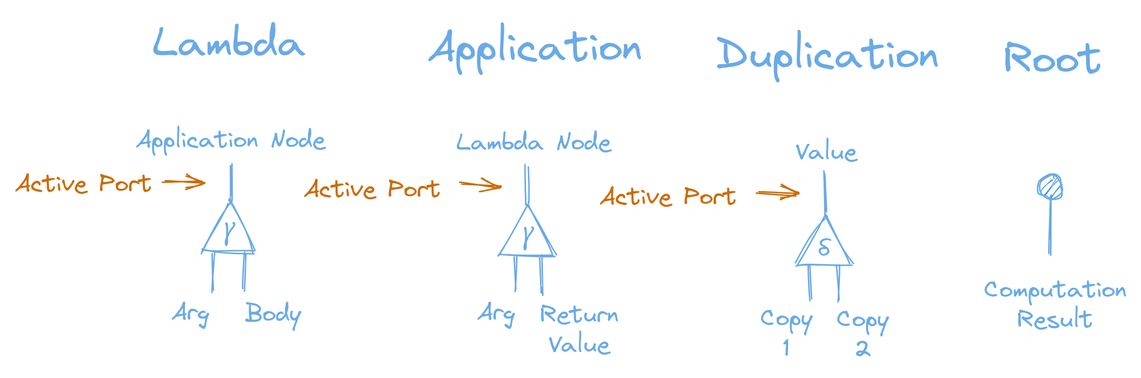
The Excalidraw diagram content/interaction-nets-combinators-calculus/lambda-nodes.excalidraw.png in zicklag/blog, before a commit. Source tidied: one line per element, renumbered; positions are measured from the earlier drawing's top-left corner, leaving out a move shared by most shapes.
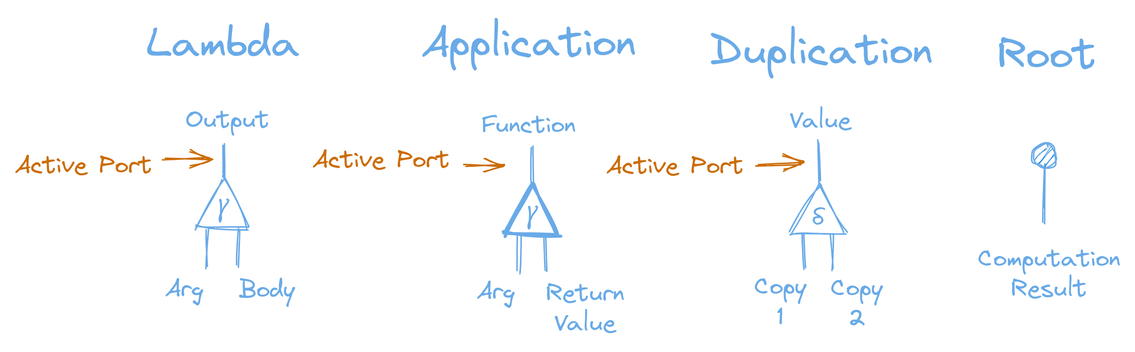
Later version of the same file.

Commit message:
fix: clarify lambda node ports.

Diff of the diagram source:
```diff
@@ -1,37 +1,37 @@
-{"id": 0, "type": "text", "text": "Lambda", "strokeColor": "#1864ab", "strokeWidth": 1, "roughness": 1, "fontSize": 28, "fontFamily": 1, "textAlign": "center", "x": 92, "y": 0, "width": 102, "height": 35}
+{"id": 0, "type": "text", "text": "Lambda", "strokeColor": "#1864ab", "strokeWidth": 1, "roughness": 1, "fontSize": 28, "fontFamily": 1, "textAlign": "center", "x": 97, "y": 18, "width": 102, "height": 35}
-{"id": 1, "type": "text", "text": "Arg", "strokeColor": "#1864ab", "strokeWidth": 1, "roughness": 1, "fontSize": 16, "fontFamily": 1, "textAlign": "center", "x": 104, "y": 188, "width": 25, "height": 20}
+{"id": 1, "type": "text", "text": "Arg", "strokeColor": "#1864ab", "strokeWidth": 1, "roughness": 1, "fontSize": 16, "fontFamily": 1, "textAlign": "center", "x": 109, "y": 190, "width": 25, "height": 20}
-{"id": 2, "type": "text", "text": "Body", "strokeColor": "#1864ab", "strokeWidth": 1, "roughness": 1, "fontSize": 16, "fontFamily": 1, "textAlign": "center", "x": 153, "y": 189, "width": 37, "height": 20}
+{"id": 2, "type": "text", "text": "Body", "strokeColor": "#1864ab", "strokeWidth": 1, "roughness": 1, "fontSize": 16, "fontFamily": 1, "textAlign": "center", "x": 158, "y": 191, "width": 37, "height": 20}
-{"id": 3, "type": "text", "text": "Application", "strokeColor": "#1864ab", "strokeWidth": 1, "roughness": 1, "fontSize": 28, "fontFamily": 1, "textAlign": "center", "x": 275, "y": 3, "width": 143, "height": 35}
+{"id": 3, "type": "text", "text": "Application", "strokeColor": "#1864ab", "strokeWidth": 1, "roughness": 1, "fontSize": 28, "fontFamily": 1, "textAlign": "center", "x": 280, "y": 18, "width": 143, "height": 35}
-{"id": 4, "type": "text", "text": "Duplication", "strokeColor": "#1864ab", "strokeWidth": 1, "roughness": 1, "fontSize": 28, "fontFamily": 1, "textAlign": "center", "x": 467, "y": 8, "width": 148, "height": 35}
+{"id": 4, "type": "text", "text": "Duplication", "strokeColor": "#1864ab", "strokeWidth": 1, "roughness": 1, "fontSize": 28, "fontFamily": 1, "textAlign": "center", "x": 472, "y": 23, "width": 148, "height": 35}
-{"id": 5, "type": "text", "text": "Value", "strokeColor": "#1864ab", "strokeWidth": 1, "roughness": 1, "fontSize": 16, "fontFamily": 1, "textAlign": "center", "x": 521, "y": 81, "width": 41, "height": 20}
+{"id": 5, "type": "text", "text": "Value", "strokeColor": "#1864ab", "strokeWidth": 1, "roughness": 1, "fontSize": 16, "fontFamily": 1, "textAlign": "center", "x": 525, "y": 78, "width": 41, "height": 20}
-{"id": 6, "type": "text", "text": "Lambda Node", "strokeColor": "#1864ab", "strokeWidth": 1, "roughness": 1, "fontSize": 16, "fontFamily": 1, "textAlign": "center", "x": 294, "y": 74, "width": 103, "height": 20}
-{"id": 7, "type": "text", "text": "Application Node", "strokeColor": "#1864ab", "strokeWidth": 1, "roughness": 1, "fontSize": 16, "fontFamily": 1, "textAlign": "center", "x": 80, "y": 73, "width": 127, "height": 20}
+{"id": 7, "type": "text", "text": "Output", "strokeColor": "#1864ab", "strokeWidth": 1, "roughness": 1, "fontSize": 16, "fontFamily": 1, "textAlign": "center", "x": 123, "y": 77, "width": 56, "height": 20}
-{"id": 8, "type": "text", "text": "Root", "strokeColor": "#1864ab", "strokeWidth": 1, "roughness": 1, "fontSize": 28, "fontFamily": 1, "textAlign": "center", "x": 659, "y": 11, "width": 66, "height": 35}
+{"id": 8, "type": "text", "text": "Root", "strokeColor": "#1864ab", "strokeWidth": 1, "roughness": 1, "fontSize": 28, "fontFamily": 1, "textAlign": "center", "x": 664, "y": 26, "width": 66, "height": 35}
-{"id": 9, "type": "line", "strokeColor": "#1864ab", "angle": 6.27, "strokeWidth": 1, "roughness": 1, "round": true, "x": 690, "y": 160, "width": 0, "height": 39, "points": [[0, 0], [0, -39]]}
+{"id": 9, "type": "line", "strokeColor": "#1864ab", "angle": 6.27, "strokeWidth": 1, "roughness": 1, "round": true, "x": 695, "y": 157, "width": 0, "height": 39, "points": [[0, 0], [0, -39]]}
-{"id": 10, "type": "ellipse", "strokeColor": "#1864ab", "backgroundColor": "#228be6", "fillStyle": "hachure", "strokeWidth": 1, "roughness": 1, "round": true, "x": 683, "y": 107, "width": 15, "height": 15}
+{"id": 10, "type": "ellipse", "strokeColor": "#1864ab", "backgroundColor": "#228be6", "fillStyle": "hachure", "strokeWidth": 1, "roughness": 1, "round": true, "x": 687, "y": 105, "width": 15, "height": 15}
-{"id": 11, "type": "text", "text": "Computation\nResult", "strokeColor": "#1864ab", "strokeWidth": 1, "roughness": 1, "fontSize": 16, "fontFamily": 1, "textAlign": "center", "x": 646, "y": 173, "width": 95, "height": 40}
+{"id": 11, "type": "text", "text": "Computation\nResult", "strokeColor": "#1864ab", "strokeWidth": 1, "roughness": 1, "fontSize": 16, "fontFamily": 1, "textAlign": "center", "x": 651, "y": 170, "width": 95, "height": 40}
-{"id": 12, "type": "text", "text": "Active Port", "strokeColor": "#e67700", "backgroundColor": "#228be6", "fillStyle": "cross-hatch", "strokeWidth": 1, "roughness": 1, "fontSize": 16, "fontFamily": 1, "textAlign": "center", "x": 192, "y": 106, "width": 92, "height": 20}
+{"id": 12, "type": "text", "text": "Active Port", "strokeColor": "#e67700", "backgroundColor": "#228be6", "fillStyle": "cross-hatch", "strokeWidth": 1, "roughness": 1, "fontSize": 16, "fontFamily": 1, "textAlign": "center", "x": 207, "y": 104, "width": 92, "height": 20}
-{"id": 13, "type": "arrow", "strokeColor": "#e67700", "backgroundColor": "#228be6", "fillStyle": "cross-hatch", "strokeWidth": 1, "roughness": 1, "endArrowhead": "arrow", "round": true, "from": 14, "x": 99, "y": 112, "width": 26, "height": 0, "points": [[0, 0], [26, 0]]}
+{"id": 13, "type": "arrow", "strokeColor": "#e67700", "backgroundColor": "#228be6", "fillStyle": "cross-hatch", "strokeWidth": 1, "roughness": 1, "endArrowhead": "arrow", "round": true, "from": 14, "x": 108, "y": 115, "width": 31, "height": 1, "points": [[0, 0], [31, -1]]}
-{"id": 14, "type": "text", "text": "Active Port", "strokeColor": "#e67700", "backgroundColor": "#228be6", "fillStyle": "cross-hatch", "strokeWidth": 1, "roughness": 1, "fontSize": 16, "fontFamily": 1, "textAlign": "center", "x": 0, "y": 102, "width": 92, "height": 20}
+{"id": 14, "type": "text", "text": "Active Port", "strokeColor": "#e67700", "backgroundColor": "#228be6", "fillStyle": "cross-hatch", "strokeWidth": 1, "roughness": 1, "fontSize": 16, "fontFamily": 1, "textAlign": "center", "x": 9, "y": 108, "width": 92, "height": 20}
-{"id": 15, "type": "line", "strokeColor": "#1864ab", "angle": 6.29, "strokeWidth": 1, "roughness": 1, "x": 143, "y": 124, "width": 37, "height": 33, "points": [[0, 0], [-19, 33], [17, 33], [0, 0]]}
+{"id": 15, "type": "line", "strokeColor": "#1864ab", "angle": 6.29, "strokeWidth": 1, "roughness": 1, "x": 148, "y": 126, "width": 37, "height": 33, "points": [[0, 0], [-19, 33], [17, 33], [0, 0]]}
-{"id": 16, "type": "text", "text": "γ", "strokeColor": "#1864ab", "backgroundColor": "#ced4da", "fillStyle": "solid", "strokeWidth": 1, "roughness": 1, "fontSize": 16, "fontFamily": 1, "textAlign": "center", "x": 140, "y": 131, "width": 7, "height": 20}
+{"id": 16, "type": "text", "text": "γ", "strokeColor": "#1864ab", "backgroundColor": "#ced4da", "fillStyle": "solid", "strokeWidth": 1, "roughness": 1, "fontSize": 16, "fontFamily": 1, "textAlign": "center", "x": 145, "y": 133, "width": 7, "height": 20}
-{"id": 17, "type": "arrow", "strokeColor": "#1864ab", "backgroundColor": "#ced4da", "fillStyle": "solid", "strokeWidth": 1, "roughness": 1, "round": true, "from": 16, "to": 7, "x": 144, "y": 124, "width": 1, "height": 24, "points": [[0, 0], [1, -24]]}
+{"id": 17, "type": "arrow", "strokeColor": "#1864ab", "backgroundColor": "#ced4da", "fillStyle": "solid", "strokeWidth": 1, "roughness": 1, "round": true, "from": 16, "to": 7, "x": 148, "y": 126, "width": 1, "height": 21, "points": [[0, 0], [1, -21]]}
-{"id": 18, "type": "arrow", "strokeColor": "#1864ab", "backgroundColor": "#ced4da", "fillStyle": "solid", "strokeWidth": 1, "roughness": 1, "round": true, "from": 16, "to": 2, "x": 153, "y": 159, "width": 1, "height": 25, "points": [[0, 0], [1, 25]]}
+{"id": 18, "type": "arrow", "strokeColor": "#1864ab", "backgroundColor": "#ced4da", "fillStyle": "solid", "strokeWidth": 1, "roughness": 1, "round": true, "from": 16, "to": 2, "x": 158, "y": 161, "width": 1, "height": 25, "points": [[0, 0], [1, 25]]}
-{"id": 19, "type": "arrow", "strokeColor": "#1864ab", "backgroundColor": "#ced4da", "fillStyle": "solid", "strokeWidth": 1, "roughness": 1, "round": true, "from": 16, "to": 1, "x": 132, "y": 159, "width": 0, "height": 25, "points": [[0, 0], [0, 25]]}
+{"id": 19, "type": "arrow", "strokeColor": "#1864ab", "backgroundColor": "#ced4da", "fillStyle": "solid", "strokeWidth": 1, "roughness": 1, "round": true, "from": 16, "to": 1, "x": 137, "y": 161, "width": 0, "height": 25, "points": [[0, 0], [0, 25]]}
-{"id": 20, "type": "text", "text": "Arg", "strokeColor": "#1864ab", "strokeWidth": 1, "roughness": 1, "fontSize": 16, "fontFamily": 1, "textAlign": "center", "x": 308, "y": 188, "width": 25, "height": 20}
-{"id": 21, "type": "text", "text": "Return\nValue", "strokeColor": "#1864ab", "strokeWidth": 1, "roughness": 1, "fontSize": 16, "fontFamily": 1, "textAlign": "center", "x": 350, "y": 189, "width": 52, "height": 40}
-{"id": 22, "type": "arrow", "strokeColor": "#e67700", "backgroundColor": "#228be6", "fillStyle": "cross-hatch", "strokeWidth": 1, "roughness": 1, "endArrowhead": "arrow", "round": true, "from": 12, "x": 298, "y": 113, "width": 26, "height": 1, "points": [[0, 0], [26, 1]]}
+{"id": 22, "type": "arrow", "strokeColor": "#e67700", "backgroundColor": "#228be6", "fillStyle": "cross-hatch", "strokeWidth": 1, "roughness": 1, "endArrowhead": "arrow", "round": true, "from": 12, "x": 310, "y": 120, "width": 26, "height": 1, "points": [[0, 0], [26, -1]]}
-{"id": 23, "type": "line", "strokeColor": "#1864ab", "angle": 6.29, "strokeWidth": 1, "roughness": 1, "x": 342, "y": 127, "width": 37, "height": 33, "points": [[0, 0], [-19, 33], [17, 33], [0, 0]]}
-{"id": 24, "type": "text", "text": "γ", "strokeColor": "#1864ab", "backgroundColor": "#ced4da", "fillStyle": "solid", "strokeWidth": 1, "roughness": 1, "fontSize": 16, "fontFamily": 1, "textAlign": "center", "x": 339, "y": 134, "width": 7, "height": 20}
-{"id": 25, "type": "arrow", "strokeColor": "#1864ab", "backgroundColor": "#ced4da", "fillStyle": "solid", "strokeWidth": 1, "roughness": 1, "round": true, "from": 24, "to": 6, "x": 341, "y": 127, "width": 0, "height": 27, "points": [[0, 0], [0, -27]]}
-{"id": 26, "type": "arrow", "strokeColor": "#1864ab", "backgroundColor": "#ced4da", "fillStyle": "solid", "strokeWidth": 1, "roughness": 1, "round": true, "from": 24, "to": 21, "x": 351, "y": 161, "width": 1, "height": 25, "points": [[0, 0], [1, 25]]}
-{"id": 27, "type": "arrow", "strokeColor": "#1864ab", "backgroundColor": "#ced4da", "fillStyle": "solid", "strokeWidth": 1, "roughness": 1, "round": true, "from": 24, "to": 20, "x": 334, "y": 162, "width": 1, "height": 22, "points": [[0, 0], [-1, 22]]}
-{"id": 28, "type": "text", "text": "Active Port", "strokeColor": "#e67700", "backgroundColor": "#228be6", "fillStyle": "cross-hatch", "strokeWidth": 1, "roughness": 1, "fontSize": 16, "fontFamily": 1, "textAlign": "center", "x": 390, "y": 111, "width": 92, "height": 20}
+{"id": 28, "type": "text", "text": "Active Port", "strokeColor": "#e67700", "backgroundColor": "#228be6", "fillStyle": "cross-hatch", "strokeWidth": 1, "roughness": 1, "fontSize": 16, "fontFamily": 1, "textAlign": "center", "x": 403, "y": 108, "width": 92, "height": 20}
-{"id": 29, "type": "text", "text": "Copy\n1", "strokeColor": "#1864ab", "strokeWidth": 1, "roughness": 1, "fontSize": 16, "fontFamily": 1, "textAlign": "center", "x": 497, "y": 192, "width": 35, "height": 40}
+{"id": 29, "type": "text", "text": "Copy\n1", "strokeColor": "#1864ab", "strokeWidth": 1, "roughness": 1, "fontSize": 16, "fontFamily": 1, "textAlign": "center", "x": 502, "y": 189, "width": 35, "height": 40}
-{"id": 30, "type": "text", "text": "Copy\n2", "strokeColor": "#1864ab", "strokeWidth": 1, "roughness": 1, "fontSize": 16, "fontFamily": 1, "textAlign": "center", "x": 548, "y": 193, "width": 35, "height": 40}
+{"id": 30, "type": "text", "text": "Copy\n2", "strokeColor": "#1864ab", "strokeWidth": 1, "roughness": 1, "fontSize": 16, "fontFamily": 1, "textAlign": "center", "x": 553, "y": 190, "width": 35, "height": 40}
-{"id": 31, "type": "arrow", "strokeColor": "#e67700", "backgroundColor": "#228be6", "fillStyle": "cross-hatch", "strokeWidth": 1, "roughness": 1, "endArrowhead": "arrow", "round": true, "from": 28, "x": 495, "y": 119, "width": 26, "height": 1, "points": [[0, 0], [26, 1]]}
+{"id": 31, "type": "arrow", "strokeColor": "#e67700", "backgroundColor": "#228be6", "fillStyle": "cross-hatch", "strokeWidth": 1, "roughness": 1, "endArrowhead": "arrow", "round": true, "from": 28, "x": 504, "y": 119, "width": 30, "height": 1, "points": [[0, 0], [30, -1]]}
-{"id": 32, "type": "arrow", "strokeColor": "#1864ab", "backgroundColor": "#ced4da", "fillStyle": "solid", "strokeWidth": 1, "roughness": 1, "round": true, "from": 36, "to": 5, "x": 540, "y": 132, "width": 1, "height": 26, "points": [[0, 0], [-1, -26]]}
+{"id": 32, "type": "arrow", "strokeColor": "#1864ab", "backgroundColor": "#ced4da", "fillStyle": "solid", "strokeWidth": 1, "roughness": 1, "round": true, "from": 36, "to": 5, "x": 545, "y": 129, "width": 1, "height": 26, "points": [[0, 0], [-1, -26]]}
-{"id": 33, "type": "arrow", "strokeColor": "#1864ab", "backgroundColor": "#ced4da", "fillStyle": "solid", "strokeWidth": 1, "roughness": 1, "round": true, "from": 36, "to": 30, "x": 548, "y": 167, "width": 1, "height": 23, "points": [[0, 0], [1, 23]]}
+{"id": 33, "type": "arrow", "strokeColor": "#1864ab", "backgroundColor": "#ced4da", "fillStyle": "solid", "strokeWidth": 1, "roughness": 1, "round": true, "from": 36, "to": 30, "x": 553, "y": 164, "width": 1, "height": 23, "points": [[0, 0], [1, 23]]}
-{"id": 34, "type": "arrow", "strokeColor": "#1864ab", "backgroundColor": "#ced4da", "fillStyle": "solid", "strokeWidth": 1, "roughness": 1, "round": true, "from": 36, "to": 29, "x": 529, "y": 167, "width": 2, "height": 23, "points": [[0, 0], [2, 23]]}
+{"id": 34, "type": "arrow", "strokeColor": "#1864ab", "backgroundColor": "#ced4da", "fillStyle": "solid", "strokeWidth": 1, "roughness": 1, "round": true, "from": 36, "to": 29, "x": 534, "y": 164, "width": 2, "height": 23, "points": [[0, 0], [2, 23]]}
-{"id": 35, "type": "line", "strokeColor": "#1864ab", "angle": 6.29, "strokeWidth": 1, "roughness": 1, "x": 540, "y": 133, "width": 37, "height": 33, "points": [[0, 0], [-19, 33], [17, 33], [0, 0]]}
+{"id": 35, "type": "line", "strokeColor": "#1864ab", "angle": 6.29, "strokeWidth": 1, "roughness": 1, "x": 545, "y": 131, "width": 37, "height": 33, "points": [[0, 0], [-19, 33], [17, 33], [0, 0]]}
-{"id": 36, "type": "text", "text": "δ", "strokeColor": "#1864ab", "backgroundColor": "#ced4da", "fillStyle": "solid", "strokeWidth": 1, "roughness": 1, "fontSize": 16, "fontFamily": 1, "textAlign": "center", "x": 535, "y": 145, "width": 9, "height": 20}
+{"id": 36, "type": "text", "text": "δ", "strokeColor": "#1864ab", "backgroundColor": "#ced4da", "fillStyle": "solid", "strokeWidth": 1, "roughness": 1, "fontSize": 16, "fontFamily": 1, "textAlign": "center", "x": 540, "y": 142, "width": 9, "height": 20}
+{"id": 37, "type": "arrow", "strokeColor": "#1864ab", "strokeWidth": 1, "roughness": 1, "round": true, "from": 24, "to": 40, "x": 355, "y": 131, "width": 0, "height": 24, "points": [[0, 0], [0, -24]]}
+{"id": 38, "type": "arrow", "strokeColor": "#1864ab", "strokeWidth": 1, "roughness": 1, "round": true, "from": 20, "to": 24, "x": 344, "y": 189, "width": 0, "height": 25, "points": [[0, 0], [0, -25]]}
+{"id": 39, "type": "arrow", "strokeColor": "#1864ab", "strokeWidth": 1, "roughness": 1, "round": true, "from": 21, "to": 24, "x": 363, "y": 189, "width": 1, "height": 23, "points": [[0, 0], [1, -23]]}
+{"id": 40, "type": "text", "text": "Function", "strokeColor": "#1864ab", "strokeWidth": 1, "roughness": 1, "fontSize": 16, "fontFamily": 1, "textAlign": "center", "x": 320, "y": 81, "width": 63, "height": 20}
+{"id": 41, "type": "line", "strokeColor": "#1864ab", "angle": 6.29, "strokeWidth": 2, "roughness": 1, "x": 354, "y": 131, "width": 37, "height": 33, "points": [[0, 0], [-19, 33], [17, 33], [0, 0]]}
+{"id": 24, "type": "text", "text": "γ", "strokeColor": "#1864ab", "backgroundColor": "#ced4da", "fillStyle": "solid", "strokeWidth": 2, "roughness": 1, "fontSize": 16, "fontFamily": 1, "textAlign": "center", "x": 351, "y": 138, "width": 7, "height": 20}
+{"id": 21, "type": "text", "text": "Return\nValue", "strokeColor": "#1864ab", "strokeWidth": 1, "roughness": 1, "fontSize": 16, "fontFamily": 1, "textAlign": "center", "x": 363, "y": 193, "width": 52, "height": 40}
+{"id": 20, "type": "text", "text": "Arg", "strokeColor": "#1864ab", "strokeWidth": 1, "roughness": 1, "fontSize": 16, "fontFamily": 1, "textAlign": "center", "x": 317, "y": 192, "width": 25, "height": 20}
```
